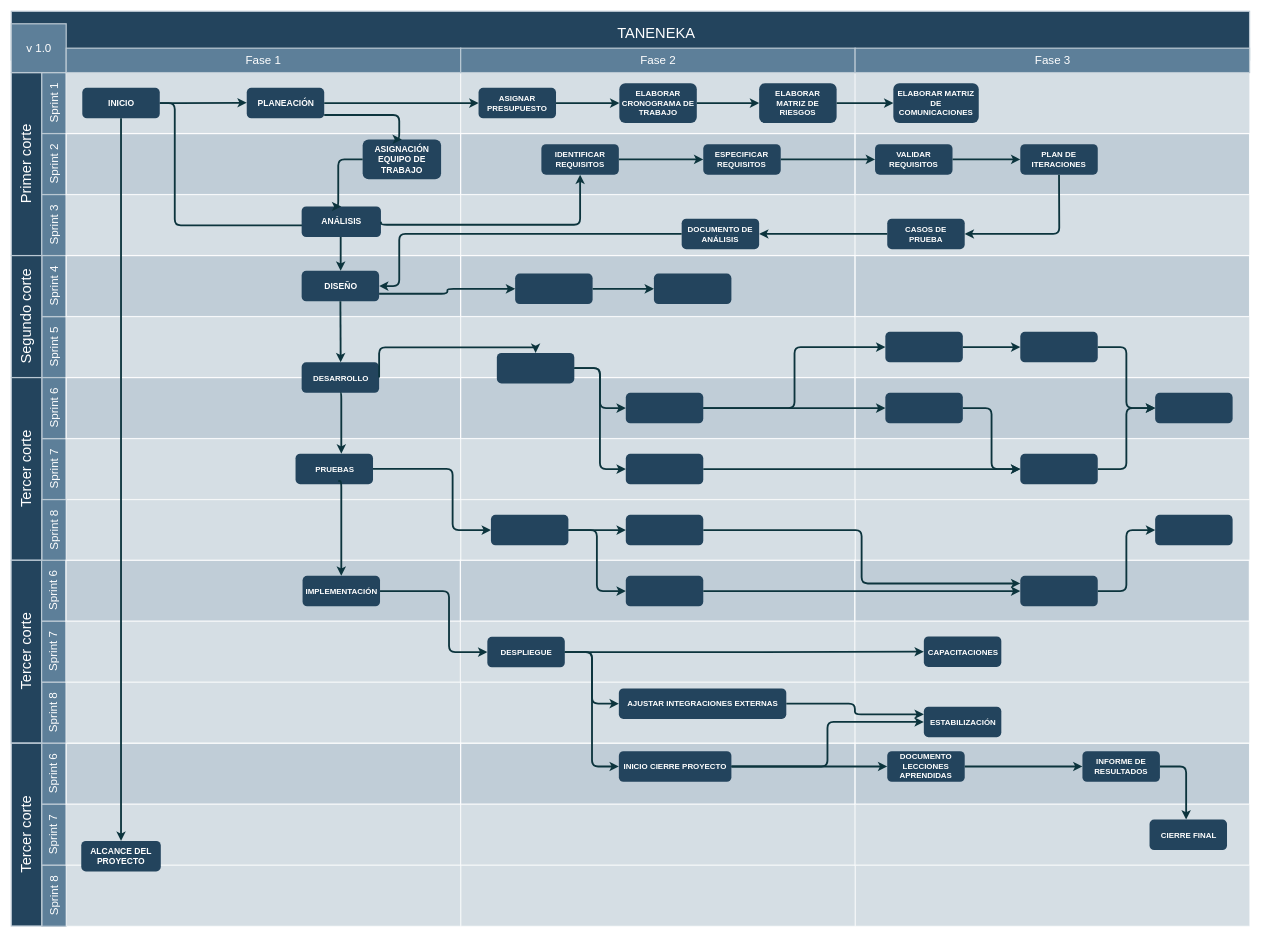
This is src/Untitled Diagram.drawio from lilitoones/ejercicios-open-bootcamp, a draw.io file, before an edit. Source tidied: cells renumbered, new cells numbered last; positions are measured from the earlier drawing's top-left corner, leaving out a move shared by most shapes. Both pictures are drawn from the tidied source at 61%, with x=0, y=0 at pixel (11, 11).
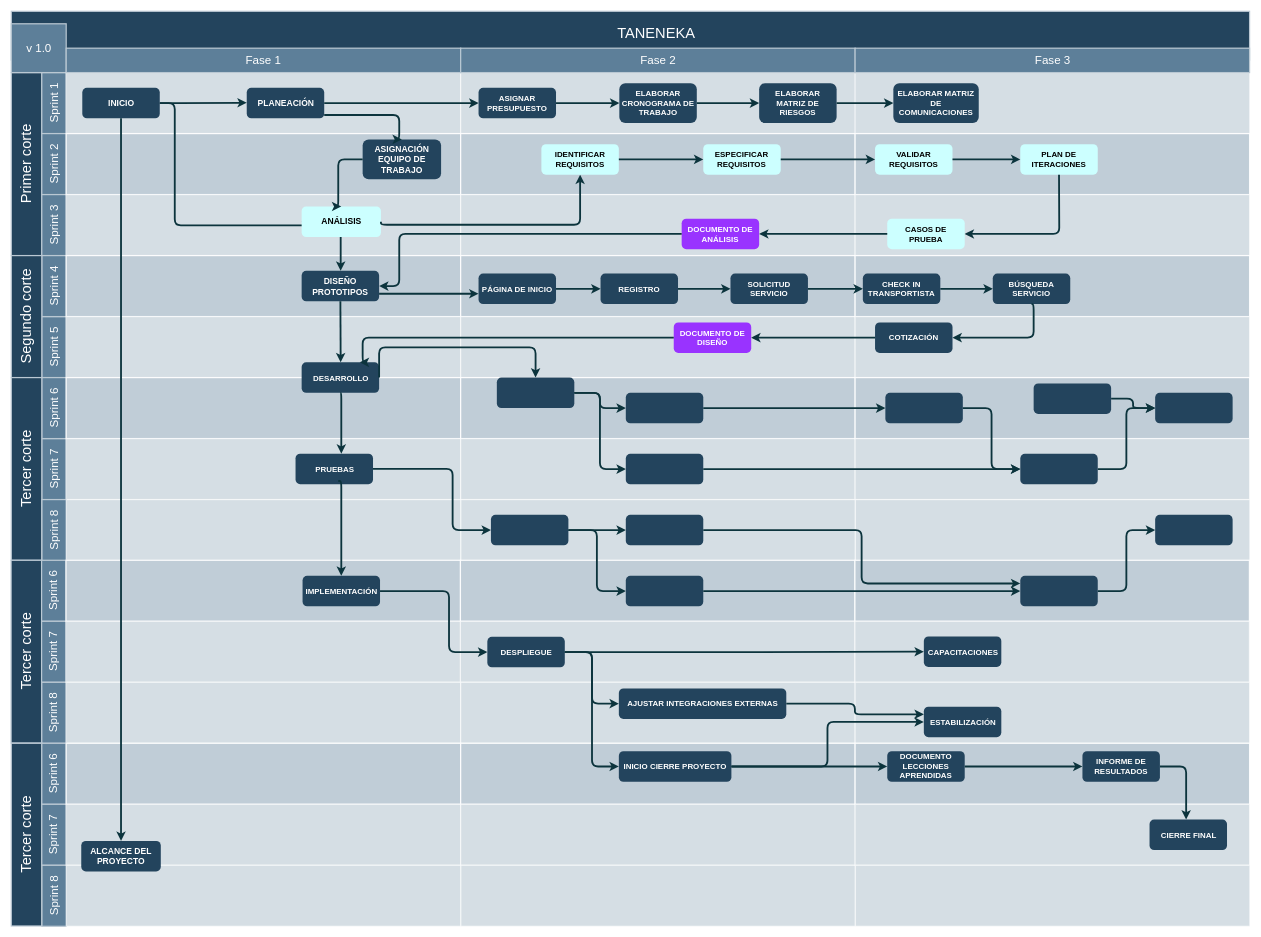
Above is the later version.

Unchanged cells that the change refers to:
```xml
<mxCell id="40" value="&lt;font style=&quot;vertical-align: inherit ; font-size: 13px&quot;&gt;&lt;font style=&quot;vertical-align: inherit ; font-size: 13px&quot;&gt;&lt;font style=&quot;vertical-align: inherit ; font-size: 13px&quot;&gt;&lt;font style=&quot;vertical-align: inherit ; font-size: 13px&quot; color=&quot;#ffffff&quot;&gt;&lt;b&gt;DESARROLLO&lt;/b&gt;&lt;/font&gt;&lt;/font&gt;&lt;/font&gt;&lt;/font&gt;" style="rounded=1;fillColor=#23445D;strokeColor=none;strokeWidth=2;fontFamily=Helvetica;html=1;gradientColor=none;" parent="1" vertex="1">
  <mxGeometry x="476" y="575.5" width="127" height="50" as="geometry" />
</mxCell>
<mxCell id="47" style="rounded=1;fillColor=#23445D;strokeColor=none;strokeWidth=2;fontFamily=Helvetica;html=1;gradientColor=none;fontSize=13;fontStyle=1;fontColor=#FFFFFF;whiteSpace=wrap;" parent="1" vertex="1">
  <mxGeometry x="1007.4" y="625.5" width="127" height="50" as="geometry" />
</mxCell>
```

The edit, as a diff of the source:
```diff
@@
-    <mxCell id="38" value="&lt;font style=&quot;vertical-align: inherit&quot; size=&quot;1&quot; color=&quot;#ffffff&quot;&gt;&lt;b style=&quot;font-size: 14px&quot;&gt;ANÁLISIS&lt;/b&gt;&lt;/font&gt;" style="rounded=1;fillColor=#23445D;strokeColor=none;strokeWidth=2;fontFamily=Helvetica;html=1;gradientColor=none;" parent="1" vertex="1">
+    <mxCell id="38" value="&lt;font style=&quot;vertical-align: inherit&quot; size=&quot;1&quot;&gt;&lt;b style=&quot;font-size: 14px&quot;&gt;ANÁLISIS&lt;/b&gt;&lt;/font&gt;" style="rounded=1;fillColor=#CCFFFF;strokeColor=none;strokeWidth=2;fontFamily=Helvetica;html=1;gradientColor=none;fontColor=#000000;" parent="1" vertex="1">
       <mxGeometry x="476" y="320" width="130" height="50" as="geometry" />
     </mxCell>
-    <mxCell id="39" value="&lt;font style=&quot;vertical-align: inherit ; font-size: 14px&quot; color=&quot;#ffffff&quot;&gt;&lt;b&gt;DISEÑO&lt;/b&gt;&lt;/font&gt;" style="rounded=1;fillColor=#23445D;strokeColor=none;strokeWidth=2;fontFamily=Helvetica;html=1;gradientColor=none;" parent="1" vertex="1">
+    <mxCell id="39" value="&lt;font style=&quot;vertical-align: inherit ; font-size: 14px&quot; color=&quot;#ffffff&quot;&gt;&lt;b&gt;DISEÑO PROTOTIPOS&lt;/b&gt;&lt;/font&gt;" style="rounded=1;fillColor=#23445D;strokeColor=none;strokeWidth=2;fontFamily=Helvetica;html=1;gradientColor=none;whiteSpace=wrap;" parent="1" vertex="1">
       <mxGeometry x="476" y="425.5" width="127" height="50" as="geometry" />
     </mxCell>
@@
-    <mxCell id="44" style="rounded=1;fillColor=#23445D;strokeColor=none;strokeWidth=2;fontFamily=Helvetica;html=1;gradientColor=none;fontSize=13;fontStyle=1;fontColor=#FFFFFF;whiteSpace=wrap;" parent="1" vertex="1">
-      <mxGeometry x="1053.5" y="430" width="127" height="50" as="geometry" />
+    <mxCell id="44" value="REGISTRO" style="rounded=1;fillColor=#23445D;strokeColor=none;strokeWidth=2;fontFamily=Helvetica;html=1;gradientColor=none;fontSize=13;fontStyle=1;fontColor=#FFFFFF;whiteSpace=wrap;" parent="1" vertex="1">
+      <mxGeometry x="966" y="430" width="127" height="50" as="geometry" />
     </mxCell>
@@
     <mxCell id="46" style="rounded=1;fillColor=#23445D;strokeColor=none;strokeWidth=2;fontFamily=Helvetica;html=1;gradientColor=none;fontSize=13;fontStyle=1;fontColor=#FFFFFF;whiteSpace=wrap;" parent="1" vertex="1">
-      <mxGeometry x="796" y="560" width="127" height="50" as="geometry" />
+      <mxGeometry x="796" y="600.5" width="127" height="50" as="geometry" />
     </mxCell>
@@
-    <mxCell id="48" style="rounded=1;fillColor=#23445D;strokeColor=none;strokeWidth=2;fontFamily=Helvetica;html=1;gradientColor=none;fontSize=13;fontStyle=1;fontColor=#FFFFFF;whiteSpace=wrap;" parent="1" vertex="1">
-      <mxGeometry x="826" y="430" width="127" height="50" as="geometry" />
+    <mxCell id="48" value="PÁGINA DE INICIO" style="rounded=1;fillColor=#23445D;strokeColor=none;strokeWidth=2;fontFamily=Helvetica;html=1;gradientColor=none;fontSize=13;fontStyle=1;fontColor=#FFFFFF;whiteSpace=wrap;" parent="1" vertex="1">
+      <mxGeometry x="766" y="430" width="127" height="50" as="geometry" />
     </mxCell>
-    <mxCell id="49" value="DOCUMENTO DE ANÁLISIS" style="rounded=1;fillColor=#23445D;strokeColor=none;strokeWidth=2;fontFamily=Helvetica;html=1;gradientColor=none;fontSize=13;fontStyle=1;fontColor=#FFFFFF;whiteSpace=wrap;" parent="1" vertex="1">
+    <mxCell id="49" value="DOCUMENTO DE ANÁLISIS" style="rounded=1;fillColor=#9933FF;strokeColor=none;strokeWidth=2;fontFamily=Helvetica;html=1;gradientColor=none;fontSize=13;fontStyle=1;fontColor=#FFFFFF;whiteSpace=wrap;" parent="1" vertex="1">
       <mxGeometry x="1099" y="340" width="127" height="50" as="geometry" />
     </mxCell>
-    <mxCell id="50" style="rounded=1;fillColor=#23445D;strokeColor=none;strokeWidth=2;gradientColor=none;fontFamily=Helvetica;html=1;fontSize=13;fontStyle=1;fontColor=#FFFFFF;whiteSpace=wrap;" parent="1" vertex="1">
-      <mxGeometry x="1432.9" y="525.5" width="127" height="50" as="geometry" />
-    </mxCell>
     <mxCell id="51" style="rounded=1;fillColor=#23445D;strokeColor=none;strokeWidth=2;gradientColor=none;fontFamily=Helvetica;html=1;fontSize=13;fontStyle=1;fontColor=#FFFFFF;whiteSpace=wrap;" parent="1" vertex="1">
-      <mxGeometry x="1654.1" y="525.5" width="127" height="50" as="geometry" />
+      <mxGeometry x="1676" y="610" width="127" height="50" as="geometry" />
     </mxCell>
-    <mxCell id="52" value="PLAN DE ITERACIONES" style="rounded=1;fillColor=#23445D;strokeColor=none;strokeWidth=2;gradientColor=none;fontFamily=Helvetica;html=1;fontSize=13;fontStyle=1;fontColor=#FFFFFF;whiteSpace=wrap;" parent="1" vertex="1">
+    <mxCell id="52" value="PLAN DE ITERACIONES" style="rounded=1;fillColor=#CCFFFF;strokeColor=none;strokeWidth=2;gradientColor=none;fontFamily=Helvetica;html=1;fontSize=13;fontStyle=1;fontColor=#000000;whiteSpace=wrap;" parent="1" vertex="1">
       <mxGeometry x="1654.1" y="217.8" width="127" height="50" as="geometry" />
     </mxCell>
@@
     <mxCell id="58" style="edgeStyle=elbowEdgeStyle;elbow=horizontal;strokeWidth=3;strokeColor=#0C343D;fontFamily=Helvetica;html=1;exitX=1;exitY=0.75;exitDx=0;exitDy=0;" parent="1" edge="1" source="39" target="48">
-      <mxGeometry x="6.4" y="830.5" as="geometry" />
+      <mxGeometry x="6.4" y="830.5" as="geometry">
+        <Array as="points">
+          <mxPoint x="776" y="465" />
+          <mxPoint x="756" y="460" />
+        </Array>
+      </mxGeometry>
     </mxCell>
@@
-    <mxCell id="67" style="edgeStyle=elbowEdgeStyle;elbow=horizontal;strokeWidth=3;strokeColor=#0C343D;fontFamily=Helvetica;html=1;" parent="1" edge="1" source="47" target="50">
-      <mxGeometry x="6.4" y="830.5" as="geometry" />
-    </mxCell>
@@
-    <mxCell id="71" style="edgeStyle=elbowEdgeStyle;elbow=horizontal;strokeWidth=3;strokeColor=#0C343D;fontFamily=Helvetica;html=1;" parent="1" edge="1" source="50" target="51">
-      <mxGeometry x="6.4" y="830.5" as="geometry" />
-    </mxCell>
@@
-    <mxCell id="149" value="VALIDAR REQUISITOS" style="rounded=1;fillColor=#23445D;strokeColor=none;strokeWidth=2;gradientColor=none;fontFamily=Helvetica;html=1;fontSize=13;fontStyle=1;fontColor=#FFFFFF;whiteSpace=wrap;" parent="1" vertex="1">
+    <mxCell id="149" value="VALIDAR REQUISITOS" style="rounded=1;fillColor=#CCFFFF;strokeColor=none;strokeWidth=2;gradientColor=none;fontFamily=Helvetica;html=1;fontSize=13;fontStyle=1;fontColor=#000000;whiteSpace=wrap;" parent="1" vertex="1">
       <mxGeometry x="1416" y="217.8" width="127" height="50" as="geometry" />
     </mxCell>
-    <mxCell id="150" value="CASOS DE PRUEBA" style="rounded=1;fillColor=#23445D;strokeColor=none;strokeWidth=2;gradientColor=none;fontFamily=Helvetica;html=1;fontSize=13;fontStyle=1;fontColor=#FFFFFF;whiteSpace=wrap;" parent="1" vertex="1">
+    <mxCell id="150" value="CASOS DE PRUEBA" style="rounded=1;fillColor=#CCFFFF;strokeColor=none;strokeWidth=2;gradientColor=none;fontFamily=Helvetica;html=1;fontSize=13;fontStyle=1;fontColor=#000000;whiteSpace=wrap;" parent="1" vertex="1">
       <mxGeometry x="1436" y="340" width="127" height="50" as="geometry" />
     </mxCell>
-    <mxCell id="151" value="ESPECIFICAR REQUISITOS" style="rounded=1;fillColor=#23445D;strokeColor=none;strokeWidth=2;gradientColor=none;fontFamily=Helvetica;html=1;fontSize=13;fontStyle=1;fontColor=#FFFFFF;whiteSpace=wrap;" parent="1" vertex="1">
+    <mxCell id="151" value="ESPECIFICAR REQUISITOS" style="rounded=1;fillColor=#CCFFFF;strokeColor=none;strokeWidth=2;gradientColor=none;fontFamily=Helvetica;html=1;fontSize=13;fontStyle=1;fontColor=#000000;whiteSpace=wrap;" parent="1" vertex="1">
       <mxGeometry x="1134.4" y="217.8" width="127" height="50" as="geometry" />
     </mxCell>
-    <mxCell id="152" value="IDENTIFICAR REQUISITOS" style="rounded=1;fillColor=#23445D;strokeColor=none;strokeWidth=2;gradientColor=none;fontFamily=Helvetica;html=1;fontSize=13;fontStyle=1;fontColor=#FFFFFF;whiteSpace=wrap;" parent="1" vertex="1">
+    <mxCell id="152" value="IDENTIFICAR REQUISITOS" style="rounded=1;fillColor=#CCFFFF;strokeColor=none;strokeWidth=2;gradientColor=none;fontFamily=Helvetica;html=1;fontSize=13;fontStyle=1;fontColor=#000000;whiteSpace=wrap;" parent="1" vertex="1">
       <mxGeometry x="869" y="217.8" width="127" height="50" as="geometry" />
     </mxCell>
@@
+    <mxCell id="159" value="SOLICITUD SERVICIO" style="rounded=1;fillColor=#23445D;strokeColor=none;strokeWidth=2;fontFamily=Helvetica;html=1;gradientColor=none;fontSize=13;fontStyle=1;fontColor=#FFFFFF;whiteSpace=wrap;" parent="1" vertex="1">
+      <mxGeometry x="1179" y="430" width="127" height="50" as="geometry" />
+    </mxCell>
+    <mxCell id="160" style="edgeStyle=elbowEdgeStyle;elbow=horizontal;strokeWidth=3;strokeColor=#0C343D;fontFamily=Helvetica;html=1;exitX=1;exitY=0.5;exitDx=0;exitDy=0;" parent="1" edge="1" source="44" target="159">
+      <mxGeometry x="219.4" y="830.5" as="geometry" />
+    </mxCell>
+    <mxCell id="161" value="CHECK IN TRANSPORTISTA" style="rounded=1;fillColor=#23445D;strokeColor=none;strokeWidth=2;fontFamily=Helvetica;html=1;gradientColor=none;fontSize=13;fontStyle=1;fontColor=#FFFFFF;whiteSpace=wrap;" parent="1" vertex="1">
+      <mxGeometry x="1396" y="430" width="127" height="50" as="geometry" />
+    </mxCell>
+    <mxCell id="162" style="edgeStyle=elbowEdgeStyle;elbow=horizontal;strokeWidth=3;strokeColor=#0C343D;fontFamily=Helvetica;html=1;exitX=1;exitY=0.5;exitDx=0;exitDy=0;" parent="1" edge="1" source="159" target="161">
+      <mxGeometry x="429.4" y="830.5" as="geometry" />
+    </mxCell>
+    <mxCell id="163" value="BÚSQUEDA SERVICIO" style="rounded=1;fillColor=#23445D;strokeColor=none;strokeWidth=2;fontFamily=Helvetica;html=1;gradientColor=none;fontSize=13;fontStyle=1;fontColor=#FFFFFF;whiteSpace=wrap;" parent="1" vertex="1">
+      <mxGeometry x="1609" y="430" width="127" height="50" as="geometry" />
+    </mxCell>
+    <mxCell id="164" style="edgeStyle=elbowEdgeStyle;elbow=horizontal;strokeWidth=3;strokeColor=#0C343D;fontFamily=Helvetica;html=1;exitX=1;exitY=0.5;exitDx=0;exitDy=0;" parent="1" edge="1" source="161" target="163">
+      <mxGeometry x="649.4" y="830.5" as="geometry" />
+    </mxCell>
+    <mxCell id="165" value="COTIZACIÓN" style="rounded=1;fillColor=#23445D;strokeColor=none;strokeWidth=2;fontFamily=Helvetica;html=1;gradientColor=none;fontSize=13;fontStyle=1;fontColor=#FFFFFF;whiteSpace=wrap;" parent="1" vertex="1">
+      <mxGeometry x="1416" y="510" width="127" height="50" as="geometry" />
+    </mxCell>
+    <mxCell id="166" style="edgeStyle=elbowEdgeStyle;elbow=horizontal;strokeWidth=3;strokeColor=#0C343D;fontFamily=Helvetica;html=1;exitX=0.5;exitY=1;exitDx=0;exitDy=0;entryX=1;entryY=0.5;entryDx=0;entryDy=0;" parent="1" edge="1" source="163" target="165">
+      <mxGeometry x="869.4" y="830.5" as="geometry">
+        <Array as="points">
+          <mxPoint x="1676" y="555" />
+        </Array>
+      </mxGeometry>
+    </mxCell>
+    <mxCell id="167" value="DOCUMENTO DE DISEÑO" style="rounded=1;fillColor=#9933FF;strokeColor=none;strokeWidth=2;fontFamily=Helvetica;html=1;gradientColor=none;fontSize=13;fontStyle=1;fontColor=#FFFFFF;whiteSpace=wrap;" parent="1" vertex="1">
+      <mxGeometry x="1086" y="510" width="127" height="50" as="geometry" />
+    </mxCell>
+    <mxCell id="168" style="edgeStyle=elbowEdgeStyle;elbow=horizontal;strokeWidth=3;strokeColor=#0C343D;fontFamily=Helvetica;html=1;entryX=0.75;entryY=0;entryDx=0;entryDy=0;exitX=0;exitY=0.5;exitDx=0;exitDy=0;" parent="1" edge="1" source="167" target="40">
+      <mxGeometry x="219.4" y="910.5" as="geometry">
+        <Array as="points">
+          <mxPoint x="576" y="540" />
+          <mxPoint x="696" y="530" />
+          <mxPoint x="786" y="535" />
+        </Array>
+      </mxGeometry>
+    </mxCell>
+    <mxCell id="169" style="edgeStyle=elbowEdgeStyle;elbow=horizontal;strokeWidth=3;strokeColor=#0C343D;fontFamily=Helvetica;html=1;exitX=0;exitY=0.5;exitDx=0;exitDy=0;entryX=1;entryY=0.5;entryDx=0;entryDy=0;" parent="1" edge="1" source="165" target="167">
+      <mxGeometry x="-251.6" y="800" as="geometry">
+        <Array as="points">
+          <mxPoint x="1226" y="555" />
+          <mxPoint x="1246" y="560" />
+          <mxPoint x="1286" y="555" />
+          <mxPoint x="1317.9" y="549.5" />
+        </Array>
+      </mxGeometry>
+    </mxCell>
```
